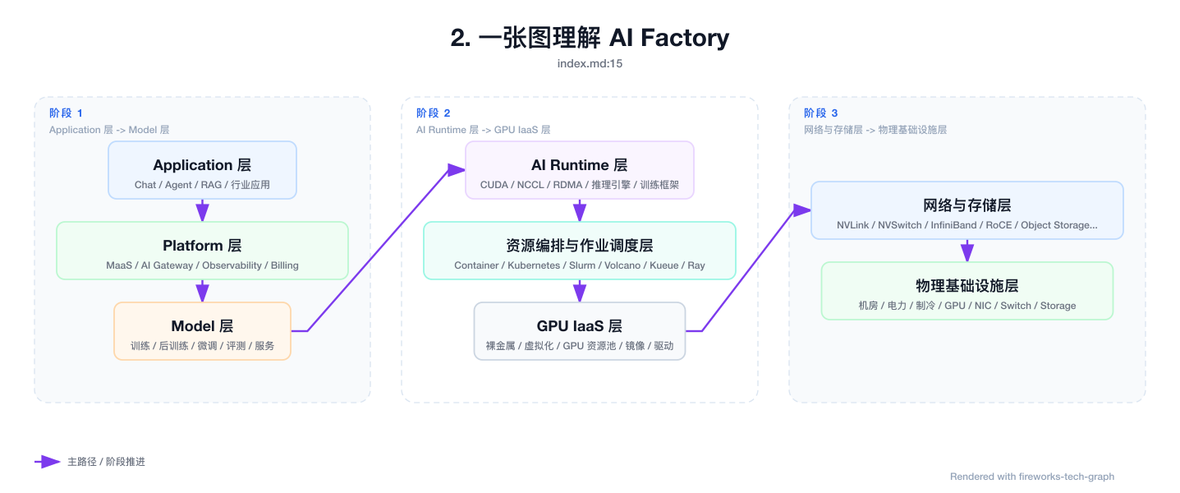
ikingye/ai-factory-engineering keeps this Mermaid diagram as docs/assets/diagrams/index-01.png. Above is the earlier version. Its source is kept beside it as docs/assets/diagrams/sources/index-01.mmd.
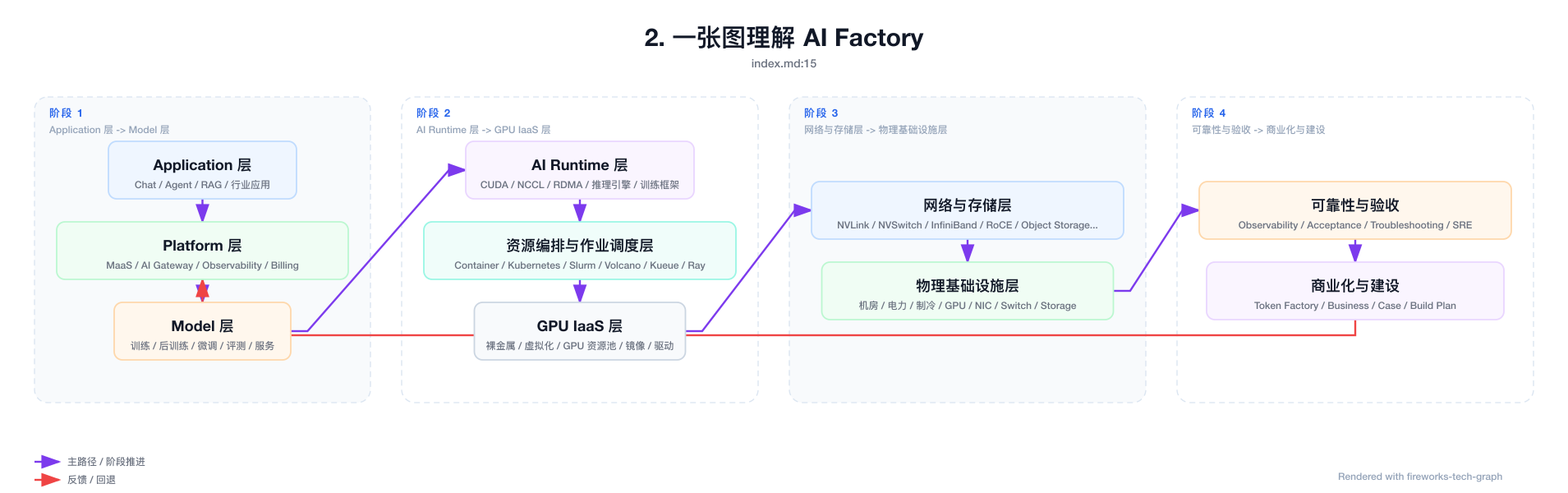
After the commit.

What changed in the source:
```diff
@@ -14,3 +14,8 @@
 NVLink / NVSwitch / InfiniBand / RoCE / Object Storage / PFS / NVMe"]
   G --> H["物理基础设施层
 机房 / 电力 / 制冷 / GPU / NIC / Switch / Storage"]
+  H --> I["可靠性与验收
+Observability / Acceptance / Troubleshooting / SRE"]
+  I --> J["商业化与建设
+Token Factory / Business / Case / Build Plan"]
+  J --> B
```
